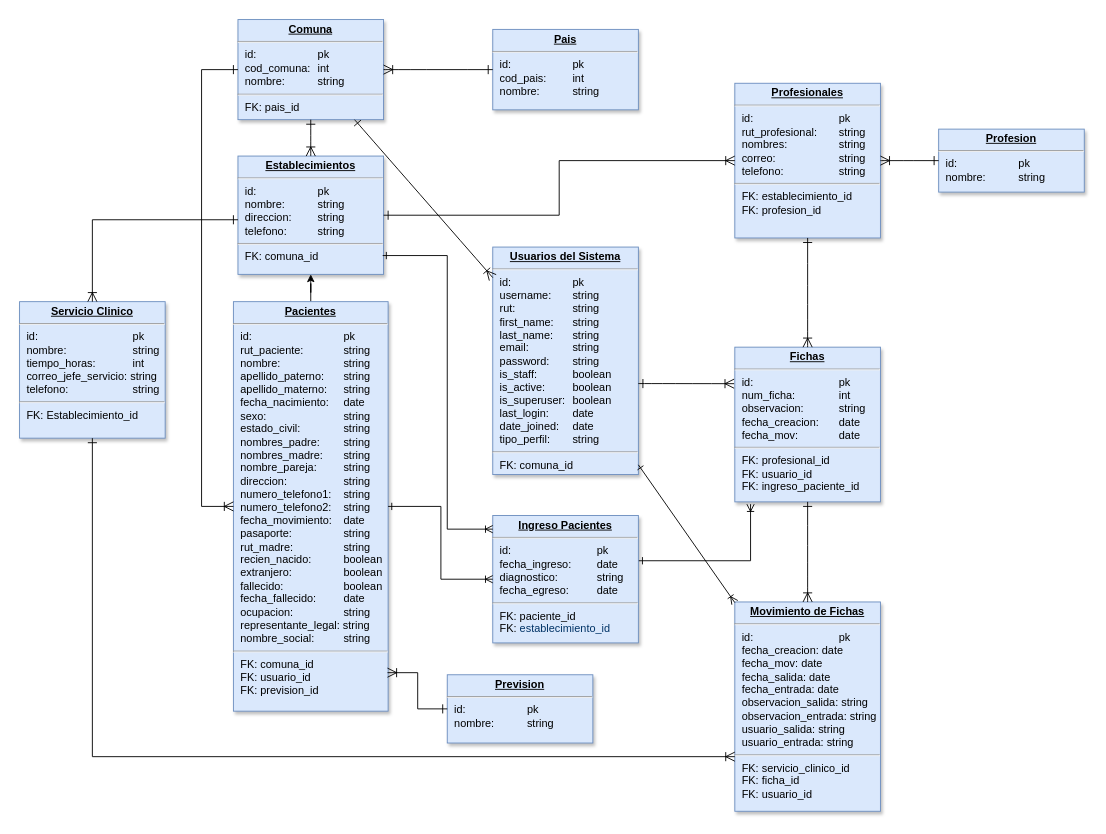
Jarot-Fierro/Kardex keeps this draw.io diagram as Kardex Base de datos.drawio. Above is the earlier version. Source tidied: cells renumbered, new cells numbered last; positions are measured from the earlier drawing's top-left corner, leaving out a move shared by most shapes. Both pictures are drawn from the tidied source at 91%, with x=0, y=0 at pixel (19, 19).
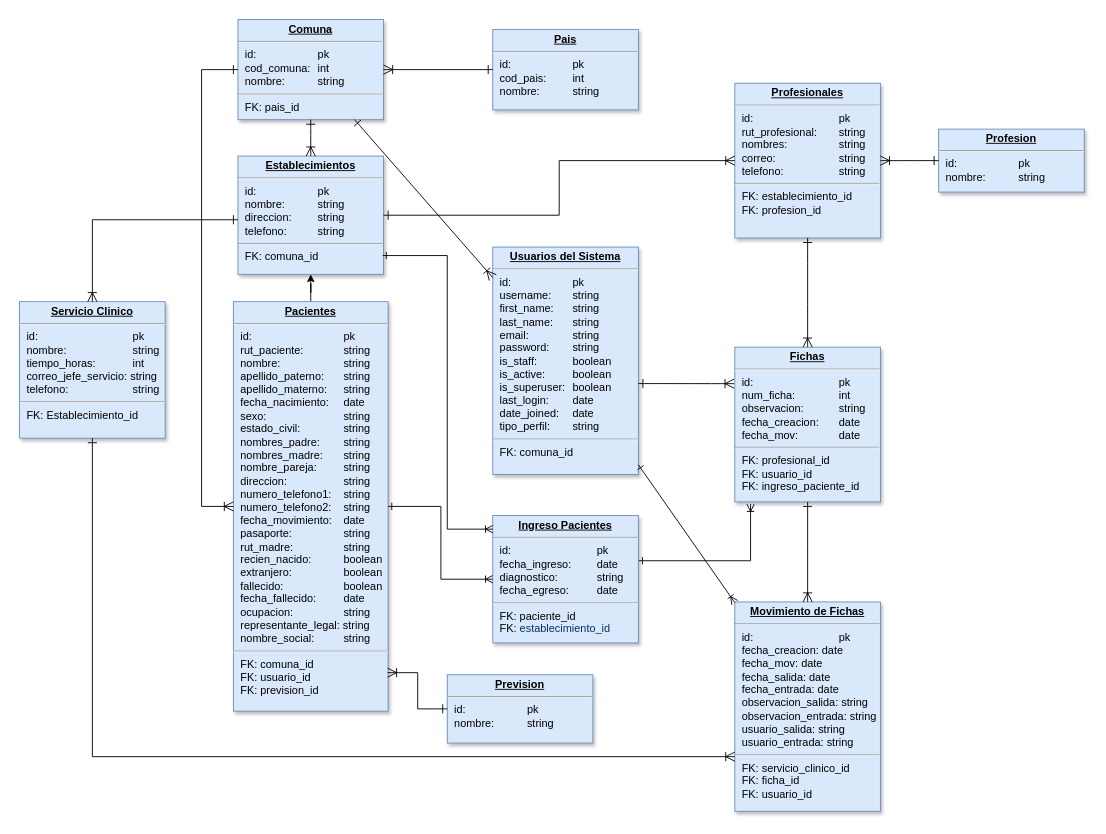
Above is the later version.

Commit message (it also covers changes not shown here):
Add RUT input mask to login form and update form fields for improved user experience

Diff of the diagram source:
```diff
@@
-    <mxCell id="14" value="&lt;p style=&quot;margin: 0px; margin-top: 4px; text-align: center; text-decoration: underline;&quot;&gt;&lt;strong&gt;Usuarios del Sistema&lt;/strong&gt;&lt;/p&gt;&lt;hr&gt;&lt;p style=&quot;margin: 0px; margin-left: 8px;&quot;&gt;id: &lt;span style=&quot;white-space: pre;&quot;&gt;&#9;&lt;/span&gt;&lt;span style=&quot;white-space: pre;&quot;&gt;&#9;&lt;/span&gt;&lt;span style=&quot;white-space: pre;&quot;&gt;&#9;&lt;/span&gt;pk&lt;/p&gt;&lt;p style=&quot;margin: 0px; margin-left: 8px;&quot;&gt;username:&lt;span style=&quot;white-space: pre;&quot;&gt;&#9;&lt;/span&gt;string&lt;/p&gt;&lt;p style=&quot;margin: 0px; margin-left: 8px;&quot;&gt;rut:&lt;span style=&quot;white-space: pre;&quot;&gt;&#9;&lt;/span&gt;&lt;span style=&quot;white-space: pre;&quot;&gt;&#9;&lt;/span&gt;&lt;span style=&quot;white-space: pre;&quot;&gt;&#9;&lt;/span&gt;string&lt;/p&gt;&lt;p style=&quot;margin: 0px; margin-left: 8px;&quot;&gt;first_name: &lt;span style=&quot;white-space: pre;&quot;&gt;&#9;&lt;/span&gt;string&lt;br&gt;last_name: &lt;span style=&quot;white-space: pre;&quot;&gt;&#9;&lt;/span&gt;string&lt;/p&gt;&lt;p style=&quot;margin: 0px; margin-left: 8px;&quot;&gt;email:&lt;span style=&quot;white-space: pre;&quot;&gt;&#9;&lt;/span&gt;&lt;span style=&quot;white-space: pre;&quot;&gt;&#9;&lt;/span&gt;string&lt;/p&gt;&lt;p style=&quot;margin: 0px; margin-left: 8px;&quot;&gt;password:&lt;span style=&quot;white-space: pre;&quot;&gt;&#9;&lt;/span&gt;string&lt;/p&gt;&lt;p style=&quot;margin: 0px; margin-left: 8px;&quot;&gt;is_staff:&lt;span style=&quot;white-space: pre;&quot;&gt;&#9;&lt;/span&gt;&lt;span style=&quot;white-space: pre;&quot;&gt;&#9;&lt;/span&gt;boolean&lt;/p&gt;&lt;p style=&quot;margin: 0px; margin-left: 8px;&quot;&gt;is_active:&lt;span style=&quot;white-space: pre;&quot;&gt;&#9;&lt;/span&gt;&lt;span style=&quot;white-space: pre;&quot;&gt;&#9;&lt;/span&gt;boolean&lt;/p&gt;&lt;p style=&quot;margin: 0px; margin-left: 8px;&quot;&gt;is_superuser:&lt;span style=&quot;white-space: pre;&quot;&gt;&#9;&lt;/span&gt;boolean&lt;/p&gt;&lt;p style=&quot;margin: 0px; margin-left: 8px;&quot;&gt;last_login:&lt;span style=&quot;white-space: pre;&quot;&gt;&#9;&lt;/span&gt;date&lt;br&gt;&lt;/p&gt;&lt;p style=&quot;margin: 0px; margin-left: 8px;&quot;&gt;date_joined:&lt;span style=&quot;white-space: pre;&quot;&gt;&#9;&lt;/span&gt;date&lt;/p&gt;&lt;p style=&quot;margin: 0px; margin-left: 8px;&quot;&gt;tipo_perfil:&lt;span style=&quot;white-space: pre;&quot;&gt;&#9;&lt;/span&gt;string&lt;/p&gt;&lt;hr&gt;&lt;p style=&quot;margin: 0px; margin-left: 8px;&quot;&gt;FK: comuna_id&lt;/p&gt;" style="verticalAlign=top;align=left;overflow=fill;fontSize=12;fontFamily=Helvetica;html=1;strokeColor=#6c8ebf;shadow=1;fillColor=#dae8fc;" parent="1" vertex="1">
+    <mxCell id="14" value="&lt;p style=&quot;margin: 0px; margin-top: 4px; text-align: center; text-decoration: underline;&quot;&gt;&lt;strong&gt;Usuarios del Sistema&lt;/strong&gt;&lt;/p&gt;&lt;hr&gt;&lt;p style=&quot;margin: 0px; margin-left: 8px;&quot;&gt;id: &lt;span style=&quot;white-space: pre;&quot;&gt;&#9;&lt;/span&gt;&lt;span style=&quot;white-space: pre;&quot;&gt;&#9;&lt;/span&gt;&lt;span style=&quot;white-space: pre;&quot;&gt;&#9;&lt;/span&gt;pk&lt;/p&gt;&lt;p style=&quot;margin: 0px; margin-left: 8px;&quot;&gt;username:&lt;span style=&quot;white-space: pre;&quot;&gt;&#9;&lt;/span&gt;string&lt;/p&gt;&lt;p style=&quot;margin: 0px; margin-left: 8px;&quot;&gt;first_name: &lt;span style=&quot;white-space: pre;&quot;&gt;&#9;&lt;/span&gt;string&lt;br&gt;last_name: &lt;span style=&quot;white-space: pre;&quot;&gt;&#9;&lt;/span&gt;string&lt;/p&gt;&lt;p style=&quot;margin: 0px; margin-left: 8px;&quot;&gt;email:&lt;span style=&quot;white-space: pre;&quot;&gt;&#9;&lt;/span&gt;&lt;span style=&quot;white-space: pre;&quot;&gt;&#9;&lt;/span&gt;string&lt;/p&gt;&lt;p style=&quot;margin: 0px; margin-left: 8px;&quot;&gt;password:&lt;span style=&quot;white-space: pre;&quot;&gt;&#9;&lt;/span&gt;string&lt;/p&gt;&lt;p style=&quot;margin: 0px; margin-left: 8px;&quot;&gt;is_staff:&lt;span style=&quot;white-space: pre;&quot;&gt;&#9;&lt;/span&gt;&lt;span style=&quot;white-space: pre;&quot;&gt;&#9;&lt;/span&gt;boolean&lt;/p&gt;&lt;p style=&quot;margin: 0px; margin-left: 8px;&quot;&gt;is_active:&lt;span style=&quot;white-space: pre;&quot;&gt;&#9;&lt;/span&gt;&lt;span style=&quot;white-space: pre;&quot;&gt;&#9;&lt;/span&gt;boolean&lt;/p&gt;&lt;p style=&quot;margin: 0px; margin-left: 8px;&quot;&gt;is_superuser:&lt;span style=&quot;white-space: pre;&quot;&gt;&#9;&lt;/span&gt;boolean&lt;/p&gt;&lt;p style=&quot;margin: 0px; margin-left: 8px;&quot;&gt;last_login:&lt;span style=&quot;white-space: pre;&quot;&gt;&#9;&lt;/span&gt;date&lt;br&gt;&lt;/p&gt;&lt;p style=&quot;margin: 0px; margin-left: 8px;&quot;&gt;date_joined:&lt;span style=&quot;white-space: pre;&quot;&gt;&#9;&lt;/span&gt;date&lt;/p&gt;&lt;p style=&quot;margin: 0px; margin-left: 8px;&quot;&gt;tipo_perfil:&lt;span style=&quot;white-space: pre;&quot;&gt;&#9;&lt;/span&gt;string&lt;/p&gt;&lt;hr&gt;&lt;p style=&quot;margin: 0px; margin-left: 8px;&quot;&gt;FK: comuna_id&lt;/p&gt;" style="verticalAlign=top;align=left;overflow=fill;fontSize=12;fontFamily=Helvetica;html=1;strokeColor=#6c8ebf;shadow=1;fillColor=#dae8fc;" parent="1" vertex="1">
       <mxGeometry x="520" y="250" width="160" height="250" as="geometry" />
     </mxCell>
```
